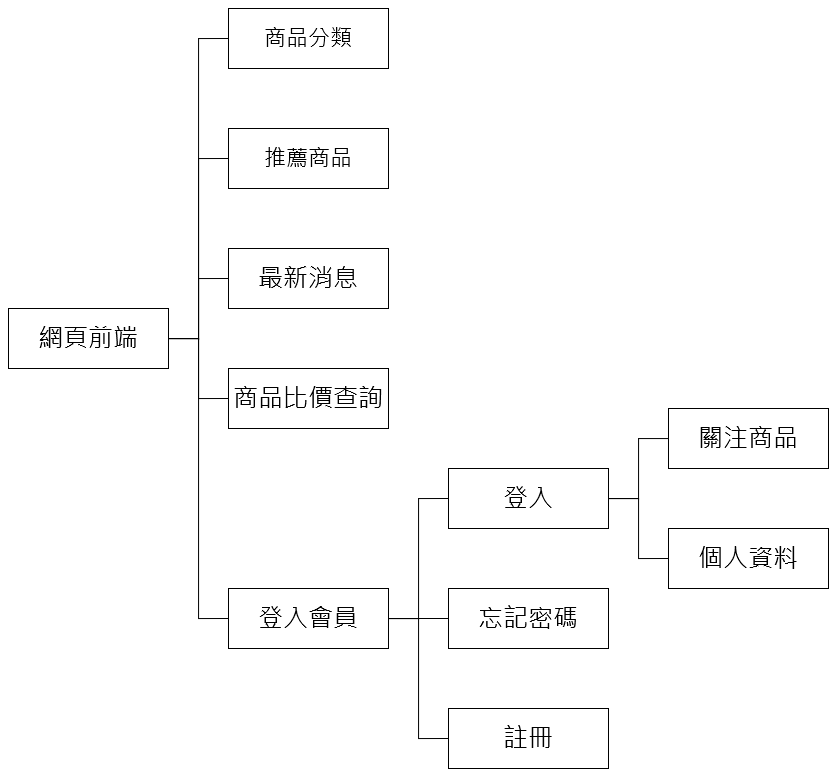
Earlier version of the draw.io export graphs/b1/front end struct.png (7bagbun/grad_prj_docs). Source tidied: cells renumbered, new cells last; positions are measured from the earlier drawing's top-left corner, leaving out a move shared by most shapes. The source it was exported from:
```xml
<mxGraphModel>
  <root>
    <mxCell id="0" />
    <mxCell id="1" parent="0" />
    <mxCell id="2" style="edgeStyle=orthogonalEdgeStyle;rounded=0;jettySize=auto;html=1;entryX=0;entryY=0.5;entryDx=0;entryDy=0;endArrow=none;endFill=0;" parent="1" edge="1" source="7" target="15">
      <mxGeometry relative="1" as="geometry" />
    </mxCell>
    <mxCell id="3" style="edgeStyle=orthogonalEdgeStyle;rounded=0;jettySize=auto;html=1;exitX=1;exitY=0.5;exitDx=0;exitDy=0;entryX=0;entryY=0.5;entryDx=0;entryDy=0;endArrow=none;endFill=0;" parent="1" edge="1" source="7" target="13">
      <mxGeometry relative="1" as="geometry" />
    </mxCell>
    <mxCell id="4" style="edgeStyle=orthogonalEdgeStyle;rounded=0;jettySize=auto;html=1;entryX=0;entryY=0.5;entryDx=0;entryDy=0;endArrow=none;endFill=0;" parent="1" edge="1" source="7" target="12">
      <mxGeometry relative="1" as="geometry" />
    </mxCell>
    <mxCell id="5" style="edgeStyle=orthogonalEdgeStyle;rounded=0;jettySize=auto;html=1;entryX=0;entryY=0.5;entryDx=0;entryDy=0;endArrow=none;endFill=0;" parent="1" edge="1" source="7" target="11">
      <mxGeometry relative="1" as="geometry" />
    </mxCell>
    <mxCell id="6" style="edgeStyle=orthogonalEdgeStyle;rounded=0;jettySize=auto;html=1;entryX=0;entryY=0.5;entryDx=0;entryDy=0;endArrow=none;endFill=0;" parent="1" edge="1" source="7" target="22">
      <mxGeometry relative="1" as="geometry" />
    </mxCell>
    <mxCell id="7" value="&lt;font style=&quot;font-size: 25px;&quot;&gt;網頁前端&lt;/font&gt;" style="rounded=0;whiteSpace=wrap;html=1;direction=east;" parent="1" vertex="1">
      <mxGeometry y="300" width="160" height="60" as="geometry" />
    </mxCell>
    <mxCell id="8" style="edgeStyle=orthogonalEdgeStyle;rounded=0;jettySize=auto;html=1;entryX=0;entryY=0.5;entryDx=0;entryDy=0;endArrow=none;endFill=0;" parent="1" edge="1" source="11" target="19">
      <mxGeometry relative="1" as="geometry" />
    </mxCell>
    <mxCell id="9" style="edgeStyle=orthogonalEdgeStyle;rounded=0;jettySize=auto;html=1;entryX=0;entryY=0.5;entryDx=0;entryDy=0;endArrow=none;endFill=0;" parent="1" edge="1" source="11" target="20">
      <mxGeometry relative="1" as="geometry" />
    </mxCell>
    <mxCell id="10" style="edgeStyle=orthogonalEdgeStyle;rounded=0;jettySize=auto;html=1;entryX=0;entryY=0.5;entryDx=0;entryDy=0;endArrow=none;endFill=0;" parent="1" edge="1" source="11" target="21">
      <mxGeometry relative="1" as="geometry" />
    </mxCell>
    <mxCell id="11" value="&lt;font style=&quot;font-size: 25px;&quot;&gt;登入會員&lt;/font&gt;" style="rounded=0;whiteSpace=wrap;html=1;" parent="1" vertex="1">
      <mxGeometry x="220" y="580" width="160" height="60" as="geometry" />
    </mxCell>
    <mxCell id="12" value="&lt;font style=&quot;font-size: 25px;&quot;&gt;商品比價查詢&lt;/font&gt;" style="rounded=0;whiteSpace=wrap;html=1;" parent="1" vertex="1">
      <mxGeometry x="220" y="360" width="160" height="60" as="geometry" />
    </mxCell>
    <mxCell id="13" value="&lt;font style=&quot;font-size: 25px;&quot;&gt;最新消息&lt;/font&gt;" style="rounded=0;whiteSpace=wrap;html=1;" parent="1" vertex="1">
      <mxGeometry x="220" y="240" width="160" height="60" as="geometry" />
    </mxCell>
    <mxCell id="14" value="&lt;font style=&quot;font-size: 25px;&quot;&gt;個人資料&lt;/font&gt;" style="rounded=0;whiteSpace=wrap;html=1;" parent="1" vertex="1">
      <mxGeometry x="660" y="520" width="160" height="60" as="geometry" />
    </mxCell>
    <mxCell id="15" value="&lt;font style=&quot;font-size: 22px;&quot;&gt;推薦商品&lt;/font&gt;" style="rounded=0;whiteSpace=wrap;html=1;" parent="1" vertex="1">
      <mxGeometry x="220" y="120" width="160" height="60" as="geometry" />
    </mxCell>
    <mxCell id="16" value="&lt;font style=&quot;font-size: 25px;&quot;&gt;關注商品&lt;/font&gt;" style="rounded=0;whiteSpace=wrap;html=1;" parent="1" vertex="1">
      <mxGeometry x="660" y="400" width="160" height="60" as="geometry" />
    </mxCell>
    <mxCell id="17" style="edgeStyle=orthogonalEdgeStyle;rounded=0;jettySize=auto;html=1;endArrow=none;endFill=0;" parent="1" edge="1" source="19" target="16">
      <mxGeometry relative="1" as="geometry" />
    </mxCell>
    <mxCell id="18" style="edgeStyle=orthogonalEdgeStyle;rounded=0;jettySize=auto;html=1;entryX=0;entryY=0.5;entryDx=0;entryDy=0;endArrow=none;endFill=0;" parent="1" edge="1" source="19" target="14">
      <mxGeometry relative="1" as="geometry" />
    </mxCell>
    <mxCell id="19" value="&lt;font style=&quot;font-size: 25px;&quot;&gt;登入&lt;/font&gt;" style="rounded=0;whiteSpace=wrap;html=1;" parent="1" vertex="1">
      <mxGeometry x="440" y="460" width="160" height="60" as="geometry" />
    </mxCell>
    <mxCell id="20" value="&lt;font style=&quot;font-size: 25px;&quot;&gt;忘記密碼&lt;/font&gt;" style="rounded=0;whiteSpace=wrap;html=1;" parent="1" vertex="1">
      <mxGeometry x="440" y="580" width="160" height="60" as="geometry" />
    </mxCell>
    <mxCell id="21" value="&lt;font style=&quot;font-size: 25px;&quot;&gt;註冊&lt;/font&gt;" style="rounded=0;whiteSpace=wrap;html=1;" parent="1" vertex="1">
      <mxGeometry x="440" y="700" width="160" height="60" as="geometry" />
    </mxCell>
    <mxCell id="22" value="&lt;font style=&quot;font-size: 22px;&quot;&gt;商品分類&lt;/font&gt;" style="rounded=0;whiteSpace=wrap;html=1;" parent="1" vertex="1">
      <mxGeometry x="220" width="160" height="60" as="geometry" />
    </mxCell>
  </root>
</mxGraphModel>
```
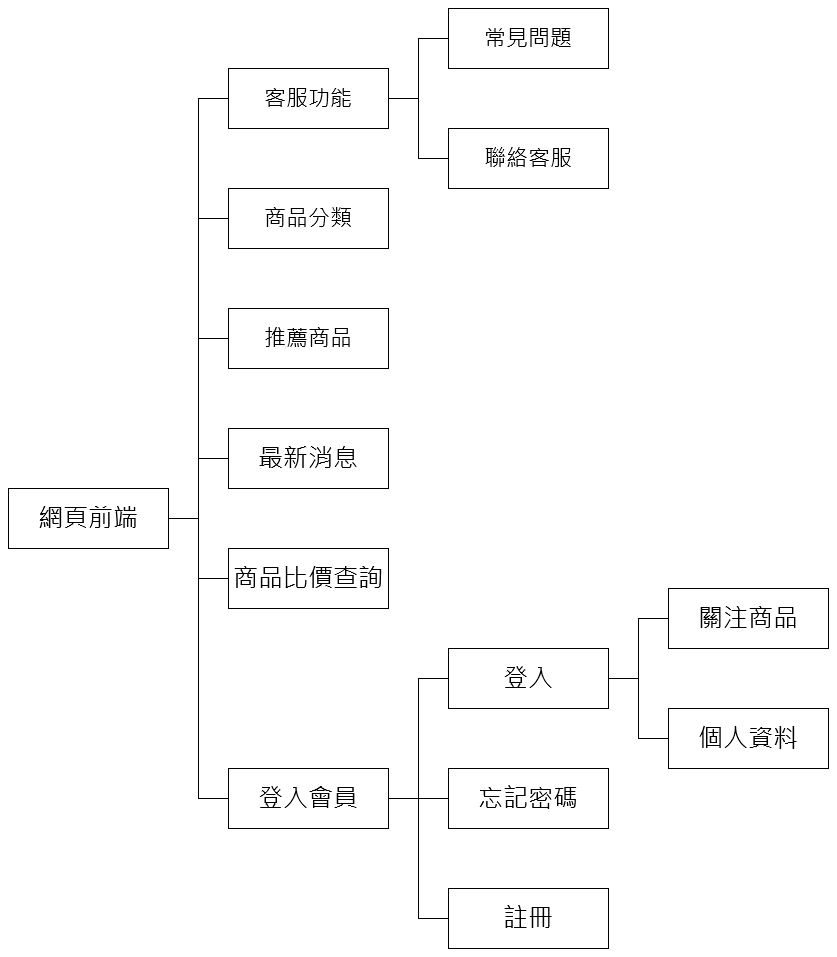
After the change.

Change to the diagram source:
```diff
@@ -17,6 +17,9 @@
     <mxCell id="6" style="edgeStyle=orthogonalEdgeStyle;rounded=0;jettySize=auto;html=1;entryX=0;entryY=0.5;entryDx=0;entryDy=0;endArrow=none;endFill=0;" parent="1" edge="1" source="7" target="22">
       <mxGeometry relative="1" as="geometry" />
     </mxCell>
+    <mxCell id="23" style="edgeStyle=orthogonalEdgeStyle;rounded=0;jettySize=auto;html=1;entryX=0;entryY=0.5;entryDx=0;entryDy=0;endArrow=none;endFill=0;" parent="1" edge="1" source="7" target="26">
+      <mxGeometry relative="1" as="geometry" />
+    </mxCell>
     <mxCell id="7" value="&lt;font style=&quot;font-size: 25px;&quot;&gt;網頁前端&lt;/font&gt;" style="rounded=0;whiteSpace=wrap;html=1;direction=east;" parent="1" vertex="1">
       <mxGeometry y="300" width="160" height="60" as="geometry" />
     </mxCell>
@@ -65,5 +68,20 @@
     <mxCell id="22" value="&lt;font style=&quot;font-size: 22px;&quot;&gt;商品分類&lt;/font&gt;" style="rounded=0;whiteSpace=wrap;html=1;" parent="1" vertex="1">
       <mxGeometry x="220" width="160" height="60" as="geometry" />
     </mxCell>
+    <mxCell id="24" style="edgeStyle=orthogonalEdgeStyle;rounded=0;jettySize=auto;html=1;entryX=0;entryY=0.5;entryDx=0;entryDy=0;endArrow=none;endFill=0;" parent="1" edge="1" source="26" target="27">
+      <mxGeometry relative="1" as="geometry" />
+    </mxCell>
+    <mxCell id="25" style="edgeStyle=orthogonalEdgeStyle;rounded=0;jettySize=auto;html=1;entryX=0;entryY=0.5;entryDx=0;entryDy=0;endArrow=none;endFill=0;" parent="1" edge="1" source="26" target="28">
+      <mxGeometry relative="1" as="geometry" />
+    </mxCell>
+    <mxCell id="26" value="&lt;font style=&quot;font-size: 22px;&quot;&gt;客服功能&lt;/font&gt;" style="rounded=0;whiteSpace=wrap;html=1;" parent="1" vertex="1">
+      <mxGeometry x="220" y="-120" width="160" height="60" as="geometry" />
+    </mxCell>
+    <mxCell id="27" value="&lt;font style=&quot;font-size: 22px;&quot;&gt;常見問題&lt;/font&gt;" style="rounded=0;whiteSpace=wrap;html=1;" parent="1" vertex="1">
+      <mxGeometry x="440" y="-180" width="160" height="60" as="geometry" />
+    </mxCell>
+    <mxCell id="28" value="&lt;font style=&quot;font-size: 22px;&quot;&gt;聯絡客服&lt;/font&gt;" style="rounded=0;whiteSpace=wrap;html=1;" parent="1" vertex="1">
+      <mxGeometry x="440" y="-60" width="160" height="60" as="geometry" />
+    </mxCell>
   </root>
 </mxGraphModel>
```
